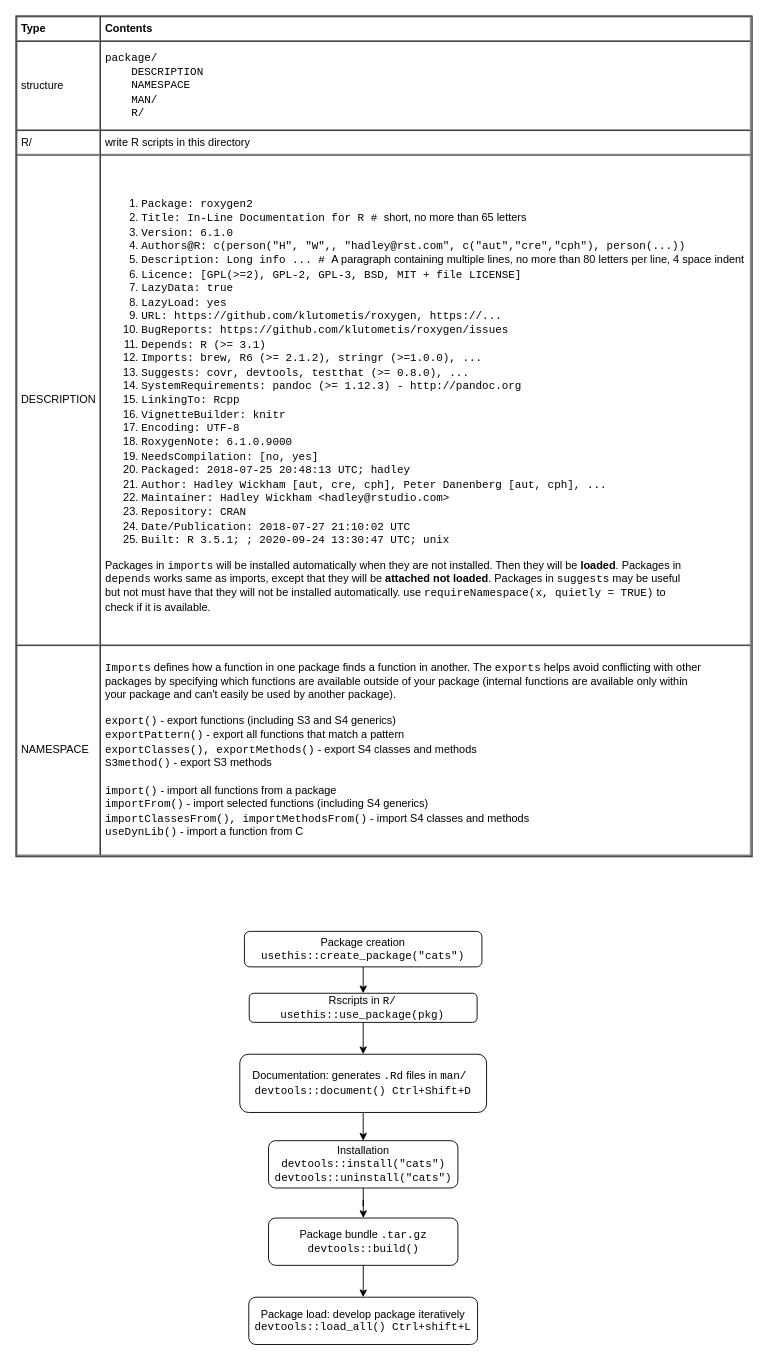
Before: page "Write-Package" (5 of 5) of languages/R/R-packages.drawio in yangdj/tf_docs, a draw.io diagram. Source tidied: cells renumbered, new cells numbered last; positions are measured from the earlier drawing's top-left corner, leaving out a move shared by most shapes. Both pictures are drawn from the tidied source at 91%, with x=0, y=0 at pixel (15, 15).
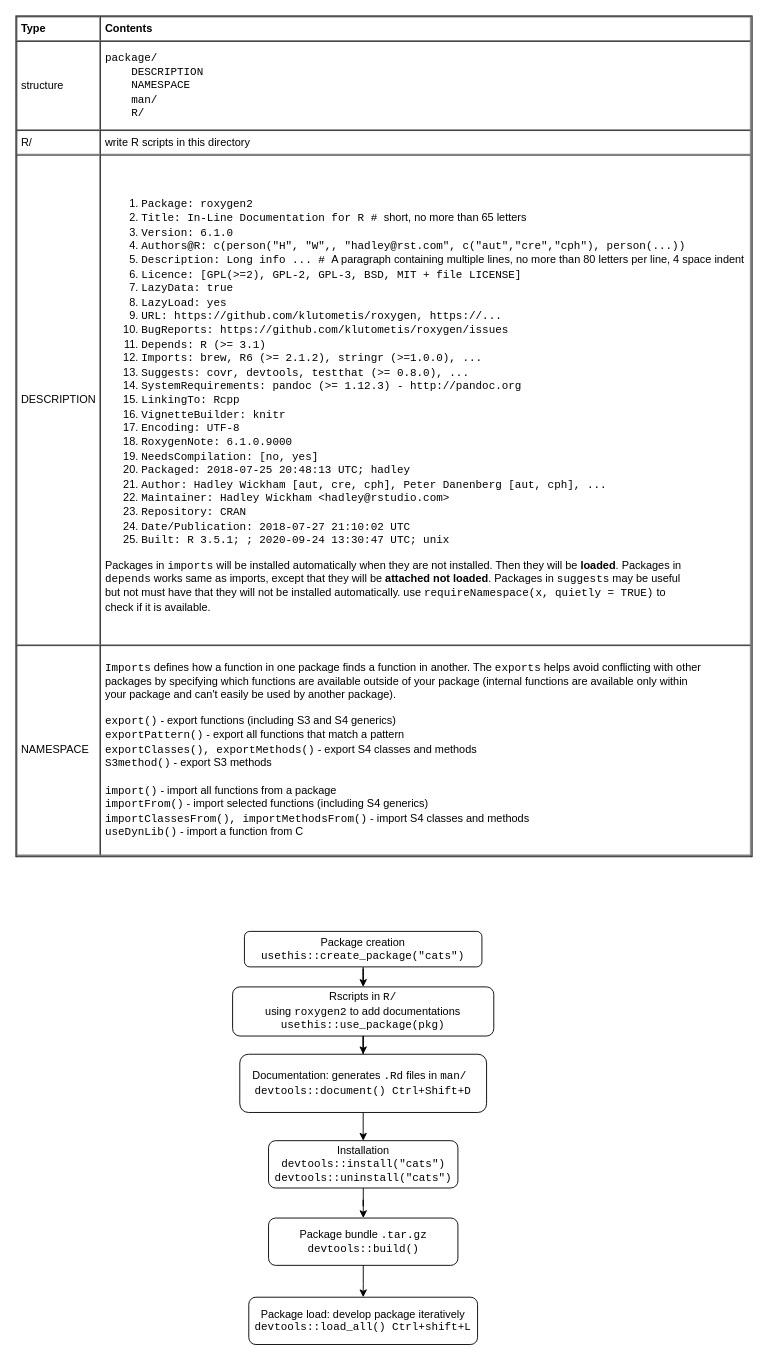
Above is the later version.

The edit, as a diff of the source:
```diff
@@
 <mxGraphModel>
   <root>
     <mxCell id="0" />
     <mxCell id="1" parent="0" />
-    <mxCell id="2" value="&lt;table cellpadding=&quot;4&quot; cellspacing=&quot;0&quot; border=&quot;1&quot; style=&quot;font-size: 1em ; width: 100% ; height: 100%&quot;&gt;&lt;tbody&gt;&lt;tr&gt;&lt;th&gt;Type&lt;/th&gt;&lt;th&gt;Contents&lt;/th&gt;&lt;/tr&gt;&lt;tr&gt;&lt;td&gt;structure&lt;/td&gt;&lt;td&gt;&lt;font face=&quot;Courier New&quot;&gt;package/&lt;br&gt;&amp;nbsp; &amp;nbsp; DESCRIPTION&lt;br&gt;&amp;nbsp; &amp;nbsp; NAMESPACE&lt;br&gt;&amp;nbsp; &amp;nbsp; MAN/&lt;br&gt;&amp;nbsp; &amp;nbsp; R/&lt;/font&gt;&lt;br&gt;&lt;/td&gt;&lt;/tr&gt;&lt;tr&gt;&lt;td&gt;R/&lt;/td&gt;&lt;td&gt;write R scripts in this directory&lt;/td&gt;&lt;/tr&gt;&lt;tr&gt;&lt;td&gt;DESCRIPTION&lt;/td&gt;&lt;td&gt;&lt;ol&gt;&lt;li&gt;&lt;font face=&quot;Courier New&quot;&gt;Package: roxygen2&lt;/font&gt;&lt;/li&gt;&lt;li&gt;&lt;font face=&quot;Courier New&quot;&gt;Title: In-Line Documentation for R # &lt;/font&gt;short, no more than 65 letters&lt;/li&gt;&lt;li&gt;&lt;font face=&quot;Courier New&quot;&gt;Version: 6.1.0&lt;/font&gt;&lt;/li&gt;&lt;li&gt;&lt;span style=&quot;font-size: 1em ; font-family: &amp;#34;courier new&amp;#34;&quot;&gt;Authors@R: c(person(&quot;H&quot;, &quot;W&quot;,, &quot;hadley@rst.com&quot;, c(&quot;aut&quot;,&quot;cre&quot;,&quot;cph&quot;), person(...))&lt;/span&gt;&lt;br&gt;&lt;/li&gt;&lt;li&gt;&lt;font face=&quot;Courier New&quot;&gt;Description: Long info ... # &lt;/font&gt;A paragraph&amp;nbsp;containing multiple lines, no more than 80 letters per line, 4 space indent&lt;/li&gt;&lt;li&gt;&lt;font face=&quot;Courier New&quot;&gt;Licence: [GPL(&amp;gt;=2), GPL-2, GPL-3, BSD, MIT + file LICENSE]&lt;/font&gt;&lt;/li&gt;&lt;li&gt;&lt;font face=&quot;Courier New&quot;&gt;LazyData: true&lt;/font&gt;&lt;/li&gt;&lt;li&gt;&lt;span style=&quot;font-family: &amp;#34;courier new&amp;#34; ; font-size: 1em&quot;&gt;LazyLoad: yes&lt;/span&gt;&lt;br&gt;&lt;/li&gt;&lt;li&gt;&lt;font face=&quot;Courier New&quot;&gt;URL:&amp;nbsp;https://github.com/klutometis/roxygen, https://...&lt;/font&gt;&lt;/li&gt;&lt;li&gt;&lt;font face=&quot;Courier New&quot;&gt;BugReports:&amp;nbsp;https://github.com/klutometis/roxygen/issues&lt;/font&gt;&lt;/li&gt;&lt;li&gt;&lt;font face=&quot;Courier New&quot;&gt;Depends: R (&amp;gt;= 3.1)&lt;/font&gt;&lt;/li&gt;&lt;li&gt;&lt;font face=&quot;Courier New&quot;&gt;Imports: brew, R6 (&amp;gt;= 2.1.2), stringr (&amp;gt;=1.0.0), ...&lt;/font&gt;&lt;/li&gt;&lt;li&gt;&lt;font face=&quot;Courier New&quot;&gt;Suggests: covr, devtools, testthat (&amp;gt;= 0.8.0), ...&lt;/font&gt;&lt;/li&gt;&lt;li&gt;&lt;font face=&quot;Courier New&quot;&gt;SystemRequirements: pandoc (&amp;gt;= 1.12.3) - http://pandoc.org&lt;/font&gt;&lt;/li&gt;&lt;li&gt;&lt;font face=&quot;Courier New&quot;&gt;LinkingTo: Rcpp&lt;/font&gt;&lt;/li&gt;&lt;li&gt;&lt;font face=&quot;Courier New&quot;&gt;VignetteBuilder: knitr&lt;/font&gt;&lt;/li&gt;&lt;li&gt;&lt;font face=&quot;Courier New&quot;&gt;Encoding: UTF-8&lt;/font&gt;&lt;/li&gt;&lt;li&gt;&lt;font face=&quot;Courier New&quot;&gt;RoxygenNote: 6.1.0.9000&lt;br&gt;&lt;/font&gt;&lt;/li&gt;&lt;li&gt;&lt;font face=&quot;Courier New&quot;&gt;NeedsCompilation: [no, yes]&lt;/font&gt;&lt;/li&gt;&lt;li&gt;&lt;font face=&quot;Courier New&quot;&gt;Packaged: 2018-07-25 20:48:13 UTC; hadley&lt;br&gt;&lt;/font&gt;&lt;/li&gt;&lt;li&gt;&lt;font face=&quot;Courier New&quot;&gt;Author: Hadley Wickham [aut, cre, cph], Peter Danenberg [aut, cph], ...&lt;/font&gt;&lt;/li&gt;&lt;li&gt;&lt;font face=&quot;Courier New&quot;&gt;Maintainer: Hadley Wickham &amp;lt;hadley@rstudio.com&amp;gt;&lt;/font&gt;&lt;/li&gt;&lt;li&gt;&lt;font face=&quot;Courier New&quot;&gt;Repository: CRAN&lt;/font&gt;&lt;/li&gt;&lt;li&gt;&lt;font face=&quot;Courier New&quot;&gt;Date/Publication: 2018-07-27 21:10:02 UTC&lt;/font&gt;&lt;/li&gt;&lt;li&gt;&lt;font face=&quot;Courier New&quot;&gt;Built: R 3.5.1; ; 2020-09-24 13:30:47 UTC; unix&lt;/font&gt;&lt;/li&gt;&lt;/ol&gt;&lt;div&gt;Packages in &lt;font face=&quot;Courier New&quot;&gt;imports&lt;/font&gt; will be installed automatically when they are not installed. Then they will be &lt;b&gt;loaded&lt;/b&gt;.&amp;nbsp;&lt;span style=&quot;font-size: 1em&quot;&gt;Packages in&lt;/span&gt;&lt;span style=&quot;font-size: 1em&quot;&gt;&amp;nbsp;&lt;/span&gt;&lt;/div&gt;&lt;div&gt;&lt;font face=&quot;Courier New&quot; style=&quot;font-size: 1em&quot;&gt;depends&lt;/font&gt;&lt;span style=&quot;font-size: 1em&quot;&gt;&amp;nbsp;works same as imports, except that they will be &lt;b&gt;attached&lt;/b&gt; &lt;b&gt;not loaded&lt;/b&gt;. Packages in &lt;font face=&quot;Courier New&quot;&gt;suggests&lt;/font&gt;&lt;/span&gt;&amp;nbsp;may be useful&amp;nbsp;&lt;/div&gt;&lt;div&gt;but not must have that they will not be installed automatically. use &lt;font face=&quot;Courier New&quot;&gt;requireNamespace(x, quietly = TRUE)&lt;/font&gt;&amp;nbsp;to&lt;/div&gt;&lt;div&gt;check if it is available.&lt;/div&gt;&lt;/td&gt;&lt;/tr&gt;&lt;tr&gt;&lt;td&gt;NAMESPACE&lt;/td&gt;&lt;td&gt;&lt;font face=&quot;Courier New&quot;&gt;Imports&lt;/font&gt; defines how a function in one package finds a function in another. The &lt;font face=&quot;Courier New&quot;&gt;exports&lt;/font&gt; helps avoid conflicting with other&lt;br&gt;packages by specifying which functions are available outside of your package (internal functions are available only within&lt;br&gt;your package and can't easily be used by another package).&lt;br&gt;&lt;br&gt;&lt;font face=&quot;Courier New&quot;&gt;export()&lt;/font&gt; - export functions (including S3 and S4 generics)&lt;br&gt;&lt;font face=&quot;Courier New&quot;&gt;exportPattern()&lt;/font&gt;&amp;nbsp;- export all functions that match a pattern&lt;br&gt;&lt;font face=&quot;Courier New&quot;&gt;exportClasses(), exportMethods()&lt;/font&gt; - export S4 classes and methods&lt;br&gt;&lt;font face=&quot;Courier New&quot;&gt;S3method()&lt;/font&gt; - export S3 methods&lt;br&gt;&lt;br&gt;&lt;font face=&quot;Courier New&quot;&gt;import()&lt;/font&gt; - import all functions from a package&lt;br&gt;&lt;font face=&quot;Courier New&quot;&gt;importFrom()&lt;/font&gt; - import selected functions (including S4 generics)&lt;br&gt;&lt;font face=&quot;Courier New&quot;&gt;importClassesFrom(), importMethodsFrom()&lt;/font&gt; - import S4 classes and methods&lt;br&gt;&lt;font face=&quot;Courier New&quot;&gt;useDynLib()&lt;/font&gt; - import a function from C&lt;br&gt;&lt;/td&gt;&lt;/tr&gt;&lt;/tbody&gt;&lt;/table&gt; " style="verticalAlign=top;align=left;overflow=fill;fontSize=12;fontFamily=Helvetica;html=1;" parent="1" vertex="1">
+    <mxCell id="2" value="&lt;table cellpadding=&quot;4&quot; cellspacing=&quot;0&quot; border=&quot;1&quot; style=&quot;font-size: 1em ; width: 100% ; height: 100%&quot;&gt;&lt;tbody&gt;&lt;tr&gt;&lt;th&gt;Type&lt;/th&gt;&lt;th&gt;Contents&lt;/th&gt;&lt;/tr&gt;&lt;tr&gt;&lt;td&gt;structure&lt;/td&gt;&lt;td&gt;&lt;font face=&quot;Courier New&quot;&gt;package/&lt;br&gt;&amp;nbsp; &amp;nbsp; DESCRIPTION&lt;br&gt;&amp;nbsp; &amp;nbsp; NAMESPACE&lt;br&gt;&amp;nbsp; &amp;nbsp; man/&lt;br&gt;&amp;nbsp; &amp;nbsp; R/&lt;/font&gt;&lt;br&gt;&lt;/td&gt;&lt;/tr&gt;&lt;tr&gt;&lt;td&gt;R/&lt;/td&gt;&lt;td&gt;write R scripts in this directory&lt;/td&gt;&lt;/tr&gt;&lt;tr&gt;&lt;td&gt;DESCRIPTION&lt;/td&gt;&lt;td&gt;&lt;ol&gt;&lt;li&gt;&lt;font face=&quot;Courier New&quot;&gt;Package: roxygen2&lt;/font&gt;&lt;/li&gt;&lt;li&gt;&lt;font face=&quot;Courier New&quot;&gt;Title: In-Line Documentation for R # &lt;/font&gt;short, no more than 65 letters&lt;/li&gt;&lt;li&gt;&lt;font face=&quot;Courier New&quot;&gt;Version: 6.1.0&lt;/font&gt;&lt;/li&gt;&lt;li&gt;&lt;span style=&quot;font-size: 1em ; font-family: &amp;#34;courier new&amp;#34;&quot;&gt;Authors@R: c(person(&quot;H&quot;, &quot;W&quot;,, &quot;hadley@rst.com&quot;, c(&quot;aut&quot;,&quot;cre&quot;,&quot;cph&quot;), person(...))&lt;/span&gt;&lt;br&gt;&lt;/li&gt;&lt;li&gt;&lt;font face=&quot;Courier New&quot;&gt;Description: Long info ... # &lt;/font&gt;A paragraph&amp;nbsp;containing multiple lines, no more than 80 letters per line, 4 space indent&lt;/li&gt;&lt;li&gt;&lt;font face=&quot;Courier New&quot;&gt;Licence: [GPL(&amp;gt;=2), GPL-2, GPL-3, BSD, MIT + file LICENSE]&lt;/font&gt;&lt;/li&gt;&lt;li&gt;&lt;font face=&quot;Courier New&quot;&gt;LazyData: true&lt;/font&gt;&lt;/li&gt;&lt;li&gt;&lt;span style=&quot;font-family: &amp;#34;courier new&amp;#34; ; font-size: 1em&quot;&gt;LazyLoad: yes&lt;/span&gt;&lt;br&gt;&lt;/li&gt;&lt;li&gt;&lt;font face=&quot;Courier New&quot;&gt;URL:&amp;nbsp;https://github.com/klutometis/roxygen, https://...&lt;/font&gt;&lt;/li&gt;&lt;li&gt;&lt;font face=&quot;Courier New&quot;&gt;BugReports:&amp;nbsp;https://github.com/klutometis/roxygen/issues&lt;/font&gt;&lt;/li&gt;&lt;li&gt;&lt;font face=&quot;Courier New&quot;&gt;Depends: R (&amp;gt;= 3.1)&lt;/font&gt;&lt;/li&gt;&lt;li&gt;&lt;font face=&quot;Courier New&quot;&gt;Imports: brew, R6 (&amp;gt;= 2.1.2), stringr (&amp;gt;=1.0.0), ...&lt;/font&gt;&lt;/li&gt;&lt;li&gt;&lt;font face=&quot;Courier New&quot;&gt;Suggests: covr, devtools, testthat (&amp;gt;= 0.8.0), ...&lt;/font&gt;&lt;/li&gt;&lt;li&gt;&lt;font face=&quot;Courier New&quot;&gt;SystemRequirements: pandoc (&amp;gt;= 1.12.3) - http://pandoc.org&lt;/font&gt;&lt;/li&gt;&lt;li&gt;&lt;font face=&quot;Courier New&quot;&gt;LinkingTo: Rcpp&lt;/font&gt;&lt;/li&gt;&lt;li&gt;&lt;font face=&quot;Courier New&quot;&gt;VignetteBuilder: knitr&lt;/font&gt;&lt;/li&gt;&lt;li&gt;&lt;font face=&quot;Courier New&quot;&gt;Encoding: UTF-8&lt;/font&gt;&lt;/li&gt;&lt;li&gt;&lt;font face=&quot;Courier New&quot;&gt;RoxygenNote: 6.1.0.9000&lt;br&gt;&lt;/font&gt;&lt;/li&gt;&lt;li&gt;&lt;font face=&quot;Courier New&quot;&gt;NeedsCompilation: [no, yes]&lt;/font&gt;&lt;/li&gt;&lt;li&gt;&lt;font face=&quot;Courier New&quot;&gt;Packaged: 2018-07-25 20:48:13 UTC; hadley&lt;br&gt;&lt;/font&gt;&lt;/li&gt;&lt;li&gt;&lt;font face=&quot;Courier New&quot;&gt;Author: Hadley Wickham [aut, cre, cph], Peter Danenberg [aut, cph], ...&lt;/font&gt;&lt;/li&gt;&lt;li&gt;&lt;font face=&quot;Courier New&quot;&gt;Maintainer: Hadley Wickham &amp;lt;hadley@rstudio.com&amp;gt;&lt;/font&gt;&lt;/li&gt;&lt;li&gt;&lt;font face=&quot;Courier New&quot;&gt;Repository: CRAN&lt;/font&gt;&lt;/li&gt;&lt;li&gt;&lt;font face=&quot;Courier New&quot;&gt;Date/Publication: 2018-07-27 21:10:02 UTC&lt;/font&gt;&lt;/li&gt;&lt;li&gt;&lt;font face=&quot;Courier New&quot;&gt;Built: R 3.5.1; ; 2020-09-24 13:30:47 UTC; unix&lt;/font&gt;&lt;/li&gt;&lt;/ol&gt;&lt;div&gt;Packages in &lt;font face=&quot;Courier New&quot;&gt;imports&lt;/font&gt; will be installed automatically when they are not installed. Then they will be &lt;b&gt;loaded&lt;/b&gt;.&amp;nbsp;&lt;span style=&quot;font-size: 1em&quot;&gt;Packages in&lt;/span&gt;&lt;span style=&quot;font-size: 1em&quot;&gt;&amp;nbsp;&lt;/span&gt;&lt;/div&gt;&lt;div&gt;&lt;font face=&quot;Courier New&quot; style=&quot;font-size: 1em&quot;&gt;depends&lt;/font&gt;&lt;span style=&quot;font-size: 1em&quot;&gt;&amp;nbsp;works same as imports, except that they will be &lt;b&gt;attached&lt;/b&gt; &lt;b&gt;not loaded&lt;/b&gt;. Packages in &lt;font face=&quot;Courier New&quot;&gt;suggests&lt;/font&gt;&lt;/span&gt;&amp;nbsp;may be useful&amp;nbsp;&lt;/div&gt;&lt;div&gt;but not must have that they will not be installed automatically. use &lt;font face=&quot;Courier New&quot;&gt;requireNamespace(x, quietly = TRUE)&lt;/font&gt;&amp;nbsp;to&lt;/div&gt;&lt;div&gt;check if it is available.&lt;/div&gt;&lt;/td&gt;&lt;/tr&gt;&lt;tr&gt;&lt;td&gt;NAMESPACE&lt;/td&gt;&lt;td&gt;&lt;font face=&quot;Courier New&quot;&gt;Imports&lt;/font&gt; defines how a function in one package finds a function in another. The &lt;font face=&quot;Courier New&quot;&gt;exports&lt;/font&gt; helps avoid conflicting with other&lt;br&gt;packages by specifying which functions are available outside of your package (internal functions are available only within&lt;br&gt;your package and can't easily be used by another package).&lt;br&gt;&lt;br&gt;&lt;font face=&quot;Courier New&quot;&gt;export()&lt;/font&gt; - export functions (including S3 and S4 generics)&lt;br&gt;&lt;font face=&quot;Courier New&quot;&gt;exportPattern()&lt;/font&gt;&amp;nbsp;- export all functions that match a pattern&lt;br&gt;&lt;font face=&quot;Courier New&quot;&gt;exportClasses(), exportMethods()&lt;/font&gt; - export S4 classes and methods&lt;br&gt;&lt;font face=&quot;Courier New&quot;&gt;S3method()&lt;/font&gt; - export S3 methods&lt;br&gt;&lt;br&gt;&lt;font face=&quot;Courier New&quot;&gt;import()&lt;/font&gt; - import all functions from a package&lt;br&gt;&lt;font face=&quot;Courier New&quot;&gt;importFrom()&lt;/font&gt; - import selected functions (including S4 generics)&lt;br&gt;&lt;font face=&quot;Courier New&quot;&gt;importClassesFrom(), importMethodsFrom()&lt;/font&gt; - import S4 classes and methods&lt;br&gt;&lt;font face=&quot;Courier New&quot;&gt;useDynLib()&lt;/font&gt; - import a function from C&lt;br&gt;&lt;/td&gt;&lt;/tr&gt;&lt;/tbody&gt;&lt;/table&gt; " style="verticalAlign=top;align=left;overflow=fill;fontSize=12;fontFamily=Helvetica;html=1;" parent="1" vertex="1">
       <mxGeometry width="809" height="924" as="geometry" />
     </mxCell>
     <mxCell id="3" style="edgeStyle=orthogonalEdgeStyle;rounded=0;jettySize=auto;html=1;" parent="1" edge="1" source="4" target="6">
       <mxGeometry relative="1" as="geometry" />
     </mxCell>
     <mxCell id="4" value="Package creation&lt;br&gt;&lt;font face=&quot;Courier New&quot;&gt;usethis::create_package(&quot;cats&quot;)&lt;/font&gt;" style="rounded=1;whiteSpace=wrap;html=1;" parent="1" vertex="1">
       <mxGeometry x="251.1" y="1006" width="261" height="39" as="geometry" />
     </mxCell>
     <mxCell id="5" style="edgeStyle=orthogonalEdgeStyle;rounded=0;jettySize=auto;html=1;" parent="1" edge="1" source="6" target="8">
       <mxGeometry relative="1" as="geometry" />
     </mxCell>
-    <mxCell id="6" value="Rscripts in&amp;nbsp;&lt;font face=&quot;Courier New&quot;&gt;R/&lt;/font&gt;&lt;br&gt;&lt;font face=&quot;Courier New&quot;&gt;usethis::use_package(pkg)&lt;/font&gt;" style="rounded=1;whiteSpace=wrap;html=1;" parent="1" vertex="1">
-      <mxGeometry x="256.4" y="1074" width="250.4" height="32" as="geometry" />
+    <mxCell id="6" value="Rscripts in&amp;nbsp;&lt;font face=&quot;Courier New&quot;&gt;R/ &lt;br&gt;&lt;/font&gt;using &lt;font face=&quot;Courier New&quot;&gt;roxygen2&lt;/font&gt; to add documentations&lt;br&gt;&lt;font face=&quot;Courier New&quot;&gt;usethis::use_package(pkg)&lt;/font&gt;" style="rounded=1;whiteSpace=wrap;html=1;" parent="1" vertex="1">
+      <mxGeometry x="238.1" y="1067" width="287" height="54" as="geometry" />
     </mxCell>
     <mxCell id="7" style="edgeStyle=orthogonalEdgeStyle;rounded=0;jettySize=auto;html=1;entryX=0.5;entryY=0;entryDx=0;entryDy=0;" parent="1" edge="1" source="8" target="10">
       <mxGeometry relative="1" as="geometry" />
     </mxCell>
     <mxCell id="8" value="Documentation: generates &lt;font face=&quot;Courier New&quot;&gt;.Rd&lt;/font&gt; files in&amp;nbsp;&lt;font face=&quot;Courier New&quot;&gt;man/&amp;nbsp;&lt;/font&gt;&lt;br&gt;&lt;font face=&quot;Courier New&quot;&gt;devtools::document() Ctrl+Shift+D&lt;br&gt;&lt;/font&gt;" style="rounded=1;whiteSpace=wrap;html=1;" parent="1" vertex="1">
       <mxGeometry x="246" y="1141" width="271.2" height="64" as="geometry" />
     </mxCell>
     <mxCell id="9" style="edgeStyle=orthogonalEdgeStyle;rounded=0;jettySize=auto;html=1;" parent="1" edge="1" source="10" target="12">
       <mxGeometry relative="1" as="geometry" />
     </mxCell>
     <mxCell id="10" value="Installation&lt;br&gt;&lt;font face=&quot;Courier New&quot;&gt;devtools::install(&quot;cats&quot;)&lt;br&gt;devtools::uninstall(&quot;cats&quot;)&lt;br&gt;&lt;/font&gt;" style="rounded=1;whiteSpace=wrap;html=1;" parent="1" vertex="1">
       <mxGeometry x="277.6" y="1236" width="208.1" height="52" as="geometry" />
     </mxCell>
     <mxCell id="11" style="edgeStyle=orthogonalEdgeStyle;rounded=0;jettySize=auto;html=1;" parent="1" edge="1" source="12" target="13">
       <mxGeometry relative="1" as="geometry" />
     </mxCell>
     <mxCell id="12" value="Package bundle &lt;font face=&quot;Courier New&quot;&gt;.tar.gz&lt;/font&gt;&lt;br&gt;&lt;font face=&quot;Courier New&quot;&gt;devtools::build()&lt;/font&gt;" style="rounded=1;whiteSpace=wrap;html=1;" parent="1" vertex="1">
       <mxGeometry x="277.6" y="1321" width="208.1" height="52" as="geometry" />
     </mxCell>
     <mxCell id="13" value="Package load: develop package iteratively&lt;br&gt;&lt;font face=&quot;Courier New&quot;&gt;devtools::load_all() Ctrl+shift+L&lt;/font&gt;" style="rounded=1;whiteSpace=wrap;html=1;" parent="1" vertex="1">
       <mxGeometry x="255.9" y="1408" width="251.4" height="52" as="geometry" />
     </mxCell>
   </root>
 </mxGraphModel>
```
